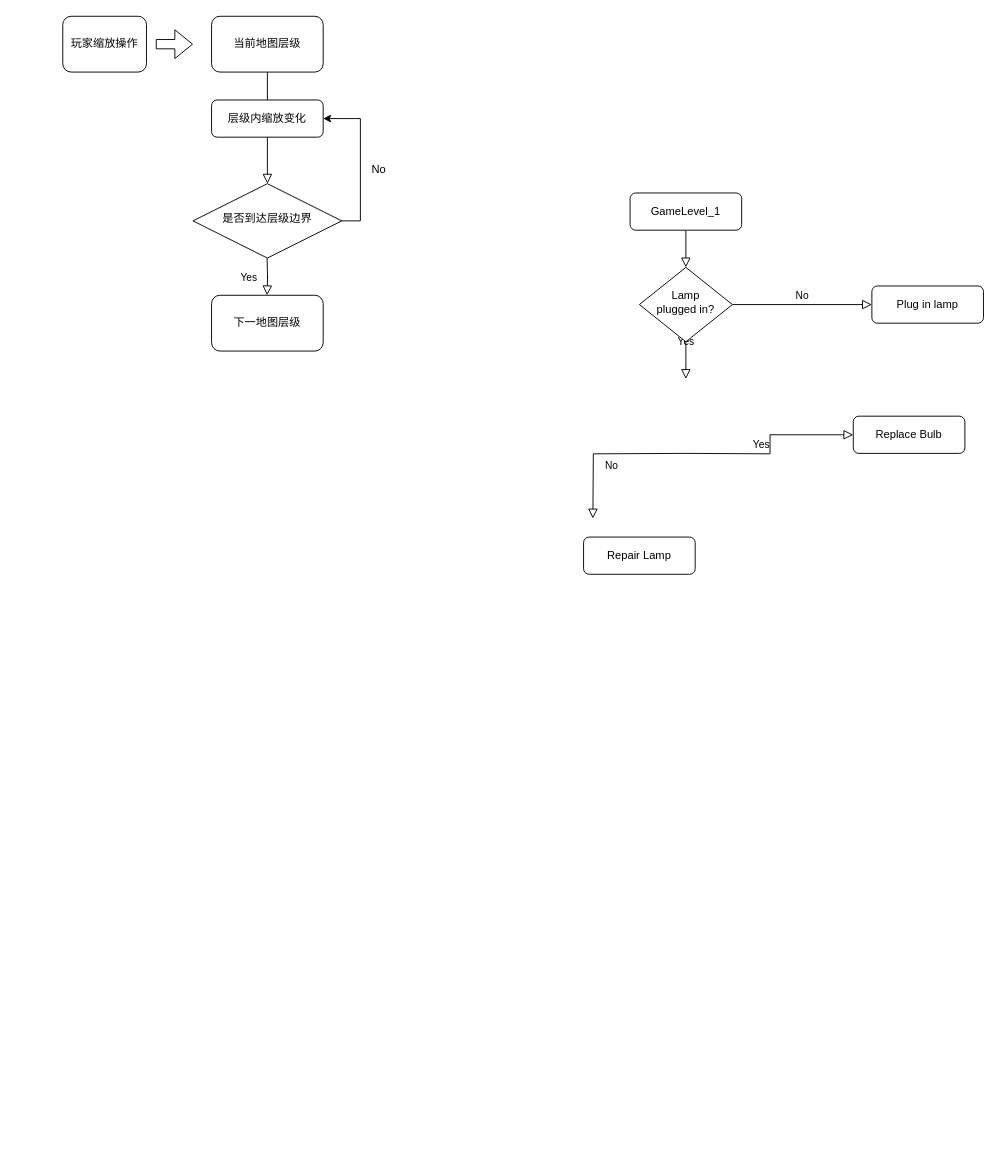
The draw.io diagram ZoomLevelControl.drawio in LuciusJay/DiagramDrawIO, before the edit. Source tidied: cells renumbered, new cells numbered last; positions are measured from the earlier drawing's top-left corner, leaving out a move shared by most shapes. Both pictures are drawn from the tidied source at 93%, with x=0, y=0 at pixel (62, 16).
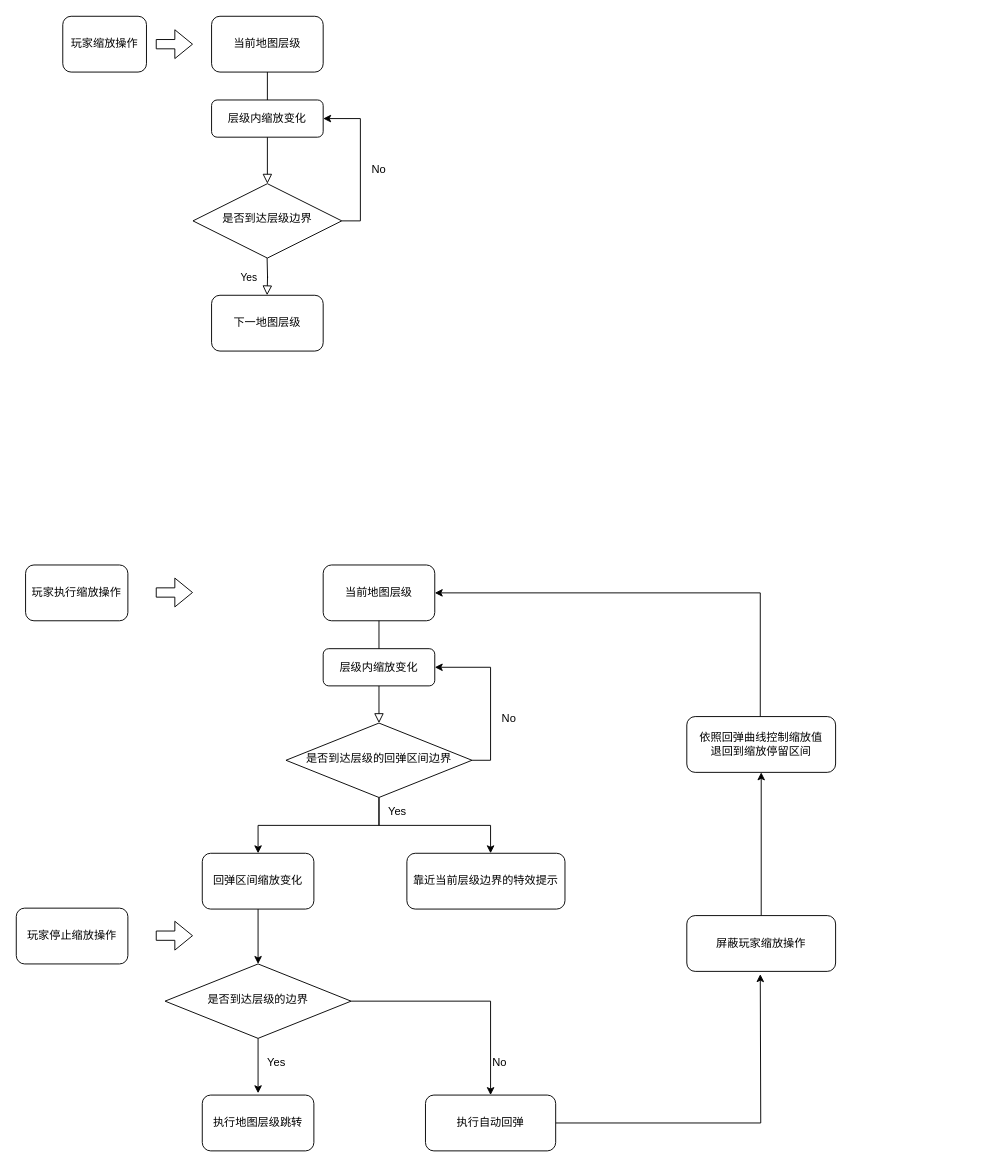
After the change.

Change to the diagram source:
```diff
@@
-    <mxCell id="2" style="rounded=0;html=1;jettySize=auto;fontSize=11;endArrow=block;endFill=0;endSize=8;strokeWidth=1;shadow=0;labelBackgroundColor=none;edgeStyle=orthogonalEdgeStyle;" parent="1" edge="1" source="3" target="6">
-      <mxGeometry relative="1" as="geometry" />
-    </mxCell>
-    <mxCell id="3" value="GameLevel_1" style="rounded=1;whiteSpace=wrap;html=1;fontSize=12;glass=0;strokeWidth=1;shadow=0;" parent="1" vertex="1">
-      <mxGeometry x="610" y="190" width="120" height="40" as="geometry" />
-    </mxCell>
-    <mxCell id="4" value="Yes" style="rounded=0;html=1;jettySize=auto;fontSize=11;endArrow=block;endFill=0;endSize=8;strokeWidth=1;shadow=0;labelBackgroundColor=none;edgeStyle=orthogonalEdgeStyle;" parent="1" edge="1" source="6">
-      <mxGeometry y="20" relative="1" as="geometry">
-        <mxPoint x="670" y="390" as="targetPoint" />
-      </mxGeometry>
-    </mxCell>
-    <mxCell id="5" value="No" style="edgeStyle=orthogonalEdgeStyle;rounded=0;html=1;jettySize=auto;fontSize=11;endArrow=block;endFill=0;endSize=8;strokeWidth=1;shadow=0;labelBackgroundColor=none;" parent="1" edge="1" source="6" target="7">
-      <mxGeometry y="10" relative="1" as="geometry" />
-    </mxCell>
-    <mxCell id="6" value="Lamp&lt;br&gt;plugged in?" style="rhombus;whiteSpace=wrap;html=1;shadow=0;fontFamily=Helvetica;fontSize=12;align=center;strokeWidth=1;spacing=6;spacingTop=-4;" parent="1" vertex="1">
-      <mxGeometry x="620" y="270" width="100" height="80" as="geometry" />
-    </mxCell>
-    <mxCell id="7" value="Plug in lamp" style="rounded=1;whiteSpace=wrap;html=1;fontSize=12;glass=0;strokeWidth=1;shadow=0;" parent="1" vertex="1">
-      <mxGeometry x="870" y="290" width="120" height="40" as="geometry" />
-    </mxCell>
-    <mxCell id="8" value="No" style="rounded=0;html=1;jettySize=auto;orthogonalLoop=1;fontSize=11;endArrow=block;endFill=0;endSize=8;strokeWidth=1;shadow=0;labelBackgroundColor=none;edgeStyle=orthogonalEdgeStyle;" parent="1" edge="1">
-      <mxGeometry x="0.33" y="20" relative="1" as="geometry">
-        <mxPoint x="670" y="470" as="sourcePoint" />
-        <mxPoint x="570" y="540" as="targetPoint" />
-      </mxGeometry>
-    </mxCell>
-    <mxCell id="9" value="Yes" style="edgeStyle=orthogonalEdgeStyle;rounded=0;html=1;jettySize=auto;fontSize=11;endArrow=block;endFill=0;endSize=8;strokeWidth=1;shadow=0;labelBackgroundColor=none;" parent="1" edge="1" target="11">
-      <mxGeometry y="10" relative="1" as="geometry">
-        <mxPoint x="670" y="470" as="sourcePoint" />
-      </mxGeometry>
-    </mxCell>
-    <mxCell id="10" value="Repair Lamp" style="rounded=1;whiteSpace=wrap;html=1;fontSize=12;glass=0;strokeWidth=1;shadow=0;" parent="1" vertex="1">
-      <mxGeometry x="560" y="560" width="120" height="40" as="geometry" />
-    </mxCell>
-    <mxCell id="11" value="Replace Bulb" style="rounded=1;whiteSpace=wrap;html=1;fontSize=12;glass=0;strokeWidth=1;shadow=0;" parent="1" vertex="1">
-      <mxGeometry x="850" y="430" width="120" height="40" as="geometry" />
-    </mxCell>
@@
+    <mxCell id="22" value="当前地图层级" style="rounded=1;whiteSpace=wrap;html=1;" parent="1" vertex="1">
+      <mxGeometry x="280" y="590" width="120" height="60" as="geometry" />
+    </mxCell>
+    <mxCell id="23" value="玩家执行缩放操作" style="rounded=1;whiteSpace=wrap;html=1;" parent="1" vertex="1">
+      <mxGeometry x="-40" y="590" width="110" height="60" as="geometry" />
+    </mxCell>
+    <mxCell id="24" style="shape=flexArrow;endArrow=classic;html=1;rounded=0;" parent="1" edge="1">
+      <mxGeometry relative="1" as="geometry">
+        <mxPoint x="100" y="619.6" as="sourcePoint" />
+        <mxPoint x="140" y="619.6" as="targetPoint" />
+      </mxGeometry>
+    </mxCell>
+    <mxCell id="25" style="edgeStyle=orthogonalEdgeStyle;rounded=0;jettySize=auto;html=1;exitX=1;exitY=0.5;exitDx=0;exitDy=0;entryX=1;entryY=0.5;entryDx=0;entryDy=0;" parent="1" edge="1" source="27" target="31">
+      <mxGeometry relative="1" as="geometry" />
+    </mxCell>
+    <mxCell id="26" style="edgeStyle=orthogonalEdgeStyle;rounded=0;jettySize=auto;html=1;exitX=0.5;exitY=1;exitDx=0;exitDy=0;" parent="1" edge="1" source="27" target="33">
+      <mxGeometry relative="1" as="geometry">
+        <Array as="points">
+          <mxPoint x="340" y="870" />
+          <mxPoint x="460" y="870" />
+        </Array>
+      </mxGeometry>
+    </mxCell>
+    <mxCell id="27" value="是否到达层级的回弹区间边界" style="rhombus;whiteSpace=wrap;html=1;shadow=0;fontFamily=Helvetica;fontSize=12;align=center;strokeWidth=1;spacing=6;spacingTop=-4;" parent="1" vertex="1">
+      <mxGeometry x="240" y="760" width="200" height="80" as="geometry" />
+    </mxCell>
+    <mxCell id="28" style="rounded=0;html=1;jettySize=auto;fontSize=11;endArrow=block;endFill=0;endSize=8;strokeWidth=1;shadow=0;labelBackgroundColor=none;edgeStyle=orthogonalEdgeStyle;entryX=0.5;entryY=0;entryDx=0;entryDy=0;exitX=0.5;exitY=1;exitDx=0;exitDy=0;" parent="1" edge="1" source="22" target="27">
+      <mxGeometry relative="1" as="geometry" />
+    </mxCell>
+    <mxCell id="29" style="edgeStyle=orthogonalEdgeStyle;rounded=0;jettySize=auto;html=1;exitX=0.5;exitY=1;exitDx=0;exitDy=0;entryX=0.5;entryY=0;entryDx=0;entryDy=0;" parent="1" edge="1" source="30" target="37">
+      <mxGeometry relative="1" as="geometry" />
+    </mxCell>
+    <mxCell id="30" value="回弹区间缩放变化" style="rounded=1;whiteSpace=wrap;html=1;" parent="1" vertex="1">
+      <mxGeometry x="150" y="900" width="120" height="60" as="geometry" />
+    </mxCell>
+    <mxCell id="31" value="层级内缩放变化" style="rounded=1;whiteSpace=wrap;html=1;fontSize=12;glass=0;strokeWidth=1;shadow=0;" parent="1" vertex="1">
+      <mxGeometry x="280" y="680" width="120" height="40" as="geometry" />
+    </mxCell>
+    <mxCell id="32" value="No" style="text;html=1;strokeColor=none;fillColor=none;align=center;verticalAlign=middle;whiteSpace=wrap;rounded=0;" parent="1" vertex="1">
+      <mxGeometry x="450" y="740" width="60" height="30" as="geometry" />
+    </mxCell>
+    <mxCell id="33" value="靠近当前层级边界的特效提示" style="rounded=1;whiteSpace=wrap;html=1;" parent="1" vertex="1">
+      <mxGeometry x="370" y="900" width="170" height="60" as="geometry" />
+    </mxCell>
+    <mxCell id="34" style="edgeStyle=orthogonalEdgeStyle;rounded=0;jettySize=auto;html=1;exitX=0.5;exitY=1;exitDx=0;exitDy=0;entryX=0.5;entryY=0;entryDx=0;entryDy=0;" parent="1" edge="1" source="27" target="30">
+      <mxGeometry relative="1" as="geometry">
+        <Array as="points">
+          <mxPoint x="340" y="870" />
+          <mxPoint x="210" y="870" />
+        </Array>
+      </mxGeometry>
+    </mxCell>
+    <mxCell id="35" value="Yes" style="text;html=1;strokeColor=none;fillColor=none;align=center;verticalAlign=middle;whiteSpace=wrap;rounded=0;" parent="1" vertex="1">
+      <mxGeometry x="330" y="840" width="60" height="30" as="geometry" />
+    </mxCell>
+    <mxCell id="36" style="edgeStyle=orthogonalEdgeStyle;rounded=0;jettySize=auto;html=1;exitX=1;exitY=0.5;exitDx=0;exitDy=0;entryX=0.5;entryY=0;entryDx=0;entryDy=0;" parent="1" edge="1" source="37" target="42">
+      <mxGeometry relative="1" as="geometry" />
+    </mxCell>
+    <mxCell id="37" value="是否到达层级的边界" style="rhombus;whiteSpace=wrap;html=1;shadow=0;fontFamily=Helvetica;fontSize=12;align=center;strokeWidth=1;spacing=6;spacingTop=-4;" parent="1" vertex="1">
+      <mxGeometry x="110" y="1019" width="200" height="80" as="geometry" />
+    </mxCell>
+    <mxCell id="38" style="edgeStyle=orthogonalEdgeStyle;rounded=0;orthogonalLoop=1;jettySize=auto;html=1;exitX=0.5;exitY=1;exitDx=0;exitDy=0;entryX=0.5;entryY=0;entryDx=0;entryDy=0;" parent="1" edge="1">
+      <mxGeometry relative="1" as="geometry">
+        <mxPoint x="210" y="1099" as="sourcePoint" />
+        <mxPoint x="210" y="1158" as="targetPoint" />
+      </mxGeometry>
+    </mxCell>
+    <mxCell id="39" value="Yes" style="text;html=1;strokeColor=none;fillColor=none;align=center;verticalAlign=middle;whiteSpace=wrap;rounded=0;" parent="1" vertex="1">
+      <mxGeometry x="200" y="1110" width="60" height="30" as="geometry" />
+    </mxCell>
+    <mxCell id="40" value="执行地图层级跳转" style="rounded=1;whiteSpace=wrap;html=1;" parent="1" vertex="1">
+      <mxGeometry x="150" y="1160" width="120" height="60" as="geometry" />
+    </mxCell>
+    <mxCell id="41" style="edgeStyle=orthogonalEdgeStyle;rounded=0;jettySize=auto;html=1;exitX=1;exitY=0.5;exitDx=0;exitDy=0;" parent="1" edge="1" source="42">
+      <mxGeometry relative="1" as="geometry">
+        <mxPoint x="750" y="1030" as="targetPoint" />
+      </mxGeometry>
+    </mxCell>
+    <mxCell id="42" value="执行自动回弹" style="rounded=1;whiteSpace=wrap;html=1;" parent="1" vertex="1">
+      <mxGeometry x="390" y="1160" width="140" height="60" as="geometry" />
+    </mxCell>
+    <mxCell id="43" value="No" style="text;html=1;strokeColor=none;fillColor=none;align=center;verticalAlign=middle;whiteSpace=wrap;rounded=0;" parent="1" vertex="1">
+      <mxGeometry x="440" y="1110" width="60" height="30" as="geometry" />
+    </mxCell>
+    <mxCell id="44" value="玩家停止缩放操作" style="rounded=1;whiteSpace=wrap;html=1;" parent="1" vertex="1">
+      <mxGeometry x="-50" y="959" width="120" height="60" as="geometry" />
+    </mxCell>
+    <mxCell id="45" style="shape=flexArrow;endArrow=classic;html=1;rounded=0;" parent="1" edge="1">
+      <mxGeometry relative="1" as="geometry">
+        <mxPoint x="100" y="988.6" as="sourcePoint" />
+        <mxPoint x="140" y="988.6" as="targetPoint" />
+      </mxGeometry>
+    </mxCell>
+    <mxCell id="46" style="edgeStyle=orthogonalEdgeStyle;rounded=0;jettySize=auto;html=1;entryX=1;entryY=0.5;entryDx=0;entryDy=0;" parent="1" edge="1" source="47" target="22">
+      <mxGeometry relative="1" as="geometry">
+        <Array as="points">
+          <mxPoint x="750" y="620" />
+        </Array>
+      </mxGeometry>
+    </mxCell>
+    <mxCell id="47" value="依照回弹曲线控制缩放值&lt;br&gt;退回到缩放停留区间" style="rounded=1;whiteSpace=wrap;html=1;" parent="1" vertex="1">
+      <mxGeometry x="671" y="753" width="160" height="60" as="geometry" />
+    </mxCell>
+    <mxCell id="48" style="edgeStyle=orthogonalEdgeStyle;rounded=0;jettySize=auto;html=1;entryX=0.5;entryY=1;entryDx=0;entryDy=0;" parent="1" edge="1" source="49" target="47">
+      <mxGeometry relative="1" as="geometry" />
+    </mxCell>
+    <mxCell id="49" value="屏蔽玩家缩放操作" style="rounded=1;whiteSpace=wrap;html=1;" parent="1" vertex="1">
+      <mxGeometry x="671" y="967" width="160" height="60" as="geometry" />
+    </mxCell>
```
